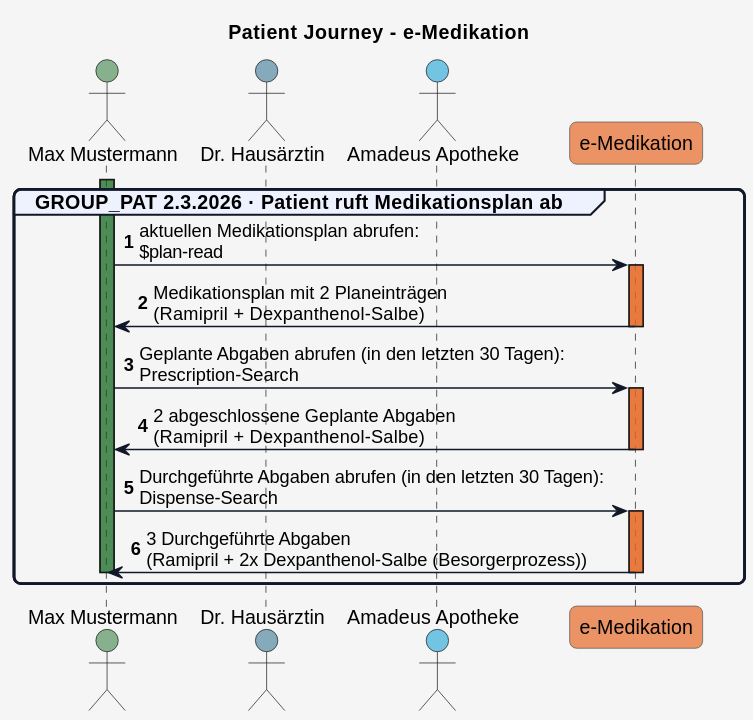
HL7Austria/hl7austria.github.io keeps this PlantUML diagram as r4-ELGA-e-Medikation-main/plantuml/patient_journey_04.svg. Above is the earlier version.
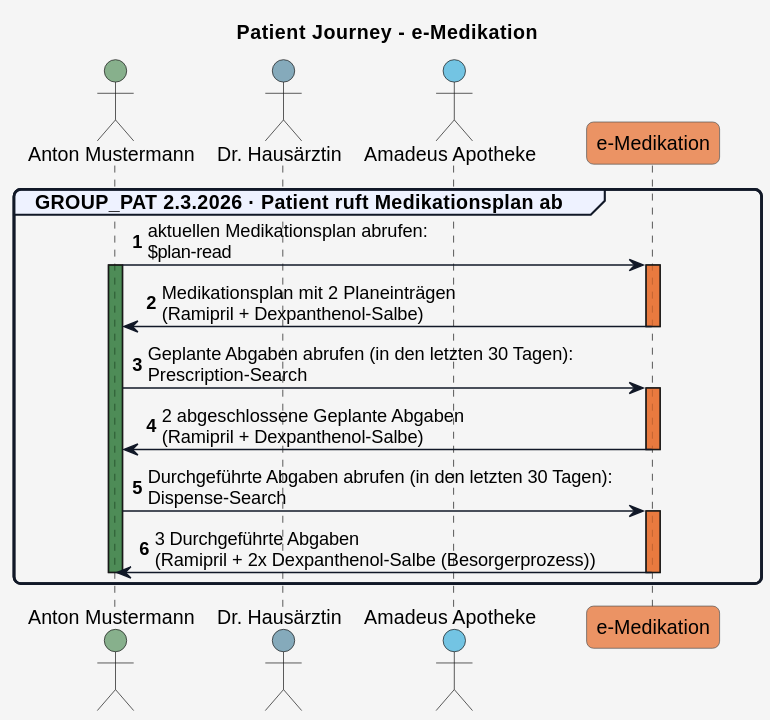
The same file after the commit.

What changed in the source:
```diff
@@ -50,8 +50,8 @@
 !define COLOR_ERROR    #E9713235
 
 
-actor Patient as "Max Mustermann" COLOR_PATIENT
-actor Arzt_1 as "Dr. Hausärztin" COLOR_GDA_1
+actor Patient as "Anton Mustermann" COLOR_PATIENT
+actor Arzt_2 as "Dr. Hausärztin" COLOR_GDA_1
 actor Apotheke as "Amadeus Apotheke" COLOR_APO
 participant eMed_FA as "e-Medikation" COLOR_EMED_FA
 
@@ -60,14 +60,14 @@
 
 group GROUP_PAT 2.3.2026 · Patient ruft Medikationsplan ab
 
+  Patient -> eMed_FA: aktuellen Medikationsplan abrufen:\n$plan-read
   activate Patient COLOR_PATIENT
-  Patient -> eMed_FA: aktuellen Medikationsplan abrufen:\n$plan-read
   activate eMed_FA COLOR_EMED_FA
-  eMed_FA -> Patient: Medikationsplan mit 2 Planeinträgen\n(Rampipril + Dexpanthenol-Salbe)
+  eMed_FA -> Patient: Medikationsplan mit 2 Planeinträgen\n(Ramipril + Dexpanthenol-Salbe)
   deactivate eMed_FA
   Patient -> eMed_FA: Geplante Abgaben abrufen (in den letzten 30 Tagen):\nPrescription-Search
   activate eMed_FA COLOR_EMED_FA
-  eMed_FA -> Patient: 2 abgeschlossene Geplante Abgaben\n(Rampipril + Dexpanthenol-Salbe)
+  eMed_FA -> Patient: 2 abgeschlossene Geplante Abgaben\n(Ramipril + Dexpanthenol-Salbe)
   deactivate eMed_FA
   Patient -> eMed_FA: Durchgeführte Abgaben abrufen (in den letzten 30 Tagen):\nDispense-Search
   activate eMed_FA COLOR_EMED_FA
```
